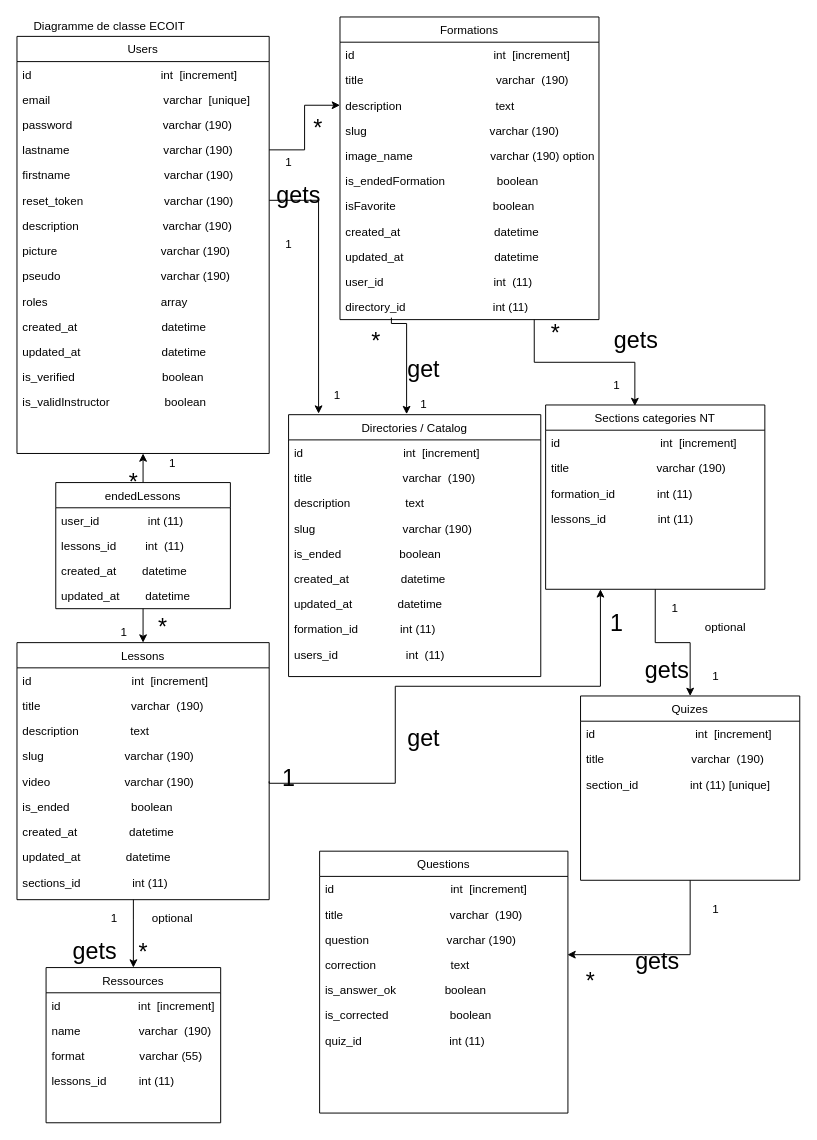
Before: ECO IT/diag_de_classe_ecoit.drawio in cyrisa02/diagrammes-UML, a draw.io diagram. Source tidied: cells renumbered, new cells numbered last; positions are measured from the earlier drawing's top-left corner, leaving out a move shared by most shapes. Both pictures are drawn from the tidied source at 97%, with x=0, y=0 at pixel (16, 16).
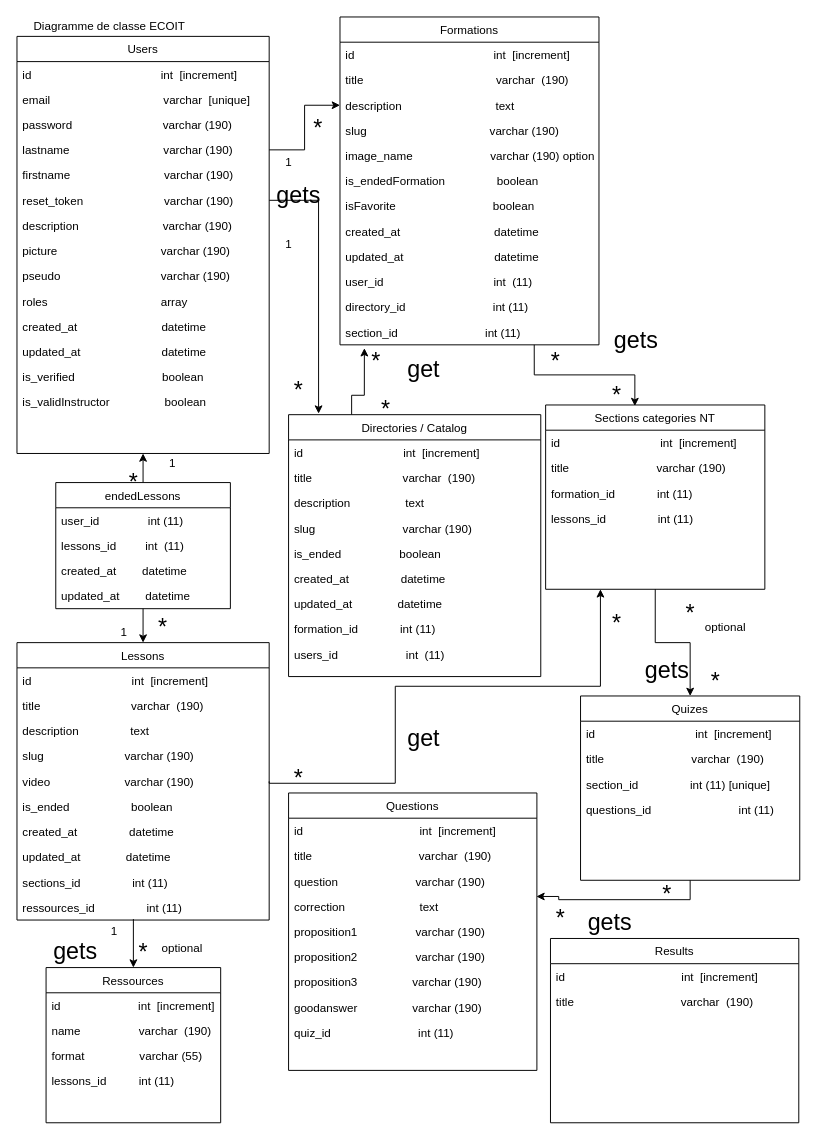
The same diagram, later.

The change refers to these unchanged cells:
```xml
<mxCell id="58" value="Ressources" style="swimlane;fontStyle=0;align=center;verticalAlign=top;horizontal=1;startSize=26;rounded=0;shadow=0;strokeWidth=1;" parent="1" vertex="1">
  <mxGeometry x="30" y="980" width="180" height="160" as="geometry" />
</mxCell>
<mxCell id="65" value="Quizes" style="swimlane;fontStyle=0;align=center;verticalAlign=top;horizontal=1;startSize=26;rounded=0;shadow=0;strokeWidth=1;" parent="1" vertex="1">
  <mxGeometry x="581" y="700" width="226" height="190" as="geometry" />
</mxCell>
<mxCell id="70" value="Directories / Catalog" style="swimlane;fontStyle=0;align=center;verticalAlign=top;horizontal=1;startSize=26;rounded=0;shadow=0;strokeWidth=1;" parent="1" vertex="1">
  <mxGeometry x="280" y="410" width="260" height="270" as="geometry" />
</mxCell>
```

Diff of the diagram source:
```diff
@@
-    <mxCell id="17" style="edgeStyle=orthogonalEdgeStyle;rounded=0;jettySize=auto;html=1;entryX=0.468;entryY=-0.002;entryDx=0;entryDy=0;entryPerimeter=0;" parent="1" edge="1" target="70">
-      <mxGeometry relative="1" as="geometry">
-        <mxPoint x="386" y="310" as="sourcePoint" />
-        <Array as="points">
-          <mxPoint x="386" y="316" />
-        </Array>
-      </mxGeometry>
-    </mxCell>
@@
     <mxCell id="19" value="Formations" style="swimlane;fontStyle=0;align=center;verticalAlign=top;horizontal=1;startSize=26;rounded=0;shadow=0;strokeWidth=1;" parent="1" vertex="1">
-      <mxGeometry x="333" width="267" height="312" as="geometry" />
+      <mxGeometry x="333" width="267" height="338" as="geometry" />
     </mxCell>
@@
+    <mxCell id="116" value="section_id                           int (11)" style="text;align=left;verticalAlign=top;spacingLeft=4;spacingRight=4;overflow=hidden;" parent="19" vertex="1">
+      <mxGeometry y="312" width="267" height="26" as="geometry" />
+    </mxCell>
@@
     <mxCell id="37" style="edgeStyle=orthogonalEdgeStyle;rounded=0;jettySize=auto;html=1;entryX=0.5;entryY=0;entryDx=0;entryDy=0;" parent="1" edge="1" target="58">
       <mxGeometry relative="1" as="geometry">
-        <mxPoint x="120" y="910" as="sourcePoint" />
+        <mxPoint x="120" y="930" as="sourcePoint" />
         <Array as="points">
           <mxPoint x="120" y="930" />
         </Array>
       </mxGeometry>
     </mxCell>
     <mxCell id="38" value="Lessons" style="swimlane;fontStyle=0;align=center;verticalAlign=top;horizontal=1;startSize=26;rounded=0;shadow=0;strokeWidth=1;" parent="1" vertex="1">
-      <mxGeometry y="645" width="260" height="265" as="geometry" />
+      <mxGeometry y="645" width="260" height="286" as="geometry" />
     </mxCell>
@@
+    <mxCell id="117" value="ressources_id                int (11)" style="text;align=left;verticalAlign=top;spacingLeft=4;spacingRight=4;overflow=hidden;" parent="38" vertex="1">
+      <mxGeometry y="260" width="260" height="26" as="geometry" />
+    </mxCell>
     <mxCell id="48" value="Questions" style="swimlane;fontStyle=0;align=center;verticalAlign=top;horizontal=1;startSize=26;rounded=0;shadow=0;strokeWidth=1;" parent="1" vertex="1">
-      <mxGeometry x="312" y="860" width="256" height="270" as="geometry" />
+      <mxGeometry x="280" y="800" width="256" height="286" as="geometry" />
     </mxCell>
@@
-    <mxCell id="53" value="is_answer_ok               boolean" style="text;align=left;verticalAlign=top;spacingLeft=4;spacingRight=4;overflow=hidden;" parent="48" vertex="1">
-      <mxGeometry y="130" width="256" height="26" as="geometry" />
-    </mxCell>
-    <mxCell id="54" value="is_corrected                   boolean" style="text;align=left;verticalAlign=top;spacingLeft=4;spacingRight=4;overflow=hidden;" parent="48" vertex="1">
-      <mxGeometry y="156" width="256" height="26" as="geometry" />
-    </mxCell>
+    <mxCell id="118" value="proposition1                  varchar (190)" style="text;align=left;verticalAlign=top;spacingLeft=4;spacingRight=4;overflow=hidden;" parent="48" vertex="1">
+      <mxGeometry y="130" width="256" height="26" as="geometry" />
+    </mxCell>
+    <mxCell id="119" value="proposition2                  varchar (190)" style="text;align=left;verticalAlign=top;spacingLeft=4;spacingRight=4;overflow=hidden;" parent="48" vertex="1">
+      <mxGeometry y="156" width="256" height="26" as="geometry" />
+    </mxCell>
+    <mxCell id="120" value="proposition3                 varchar (190)" style="text;align=left;verticalAlign=top;spacingLeft=4;spacingRight=4;overflow=hidden;" parent="48" vertex="1">
+      <mxGeometry y="182" width="256" height="26" as="geometry" />
+    </mxCell>
+    <mxCell id="121" value="goodanswer                 varchar (190)" style="text;align=left;verticalAlign=top;spacingLeft=4;spacingRight=4;overflow=hidden;" parent="48" vertex="1">
+      <mxGeometry y="208" width="256" height="26" as="geometry" />
+    </mxCell>
     <mxCell id="55" value="quiz_id                           int (11)" style="text;align=left;verticalAlign=top;spacingLeft=4;spacingRight=4;overflow=hidden;" parent="48" vertex="1">
-      <mxGeometry y="182" width="256" height="26" as="geometry" />
+      <mxGeometry y="234" width="256" height="26" as="geometry" />
     </mxCell>
@@
     <mxCell id="63" value="optional" style="text;html=1;align=center;verticalAlign=middle;fillColor=none;strokeColor=none;rounded=0;" parent="1" vertex="1">
-      <mxGeometry x="130" y="920" width="60" height="20" as="geometry" />
+      <mxGeometry x="140" y="950" width="60" height="20" as="geometry" />
     </mxCell>
@@
+    <mxCell id="122" value="questions_id                           int (11)" style="text;align=left;verticalAlign=top;spacingLeft=4;spacingRight=4;overflow=hidden;" parent="65" vertex="1">
+      <mxGeometry y="104" width="226" height="26" as="geometry" />
+    </mxCell>
@@
+    <mxCell id="123" style="edgeStyle=orthogonalEdgeStyle;rounded=0;jettySize=auto;html=1;exitX=0.25;exitY=0;exitDx=0;exitDy=0;entryX=-0.093;entryY=0.049;entryDx=0;entryDy=0;entryPerimeter=0;" parent="1" edge="1" source="70" target="83">
+      <mxGeometry relative="1" as="geometry" />
+    </mxCell>
@@
-    <mxCell id="80" value="1" style="text;html=1;align=center;verticalAlign=middle;fillColor=none;strokeColor=none;rounded=0;" parent="1" vertex="1">
-      <mxGeometry x="608" y="370" width="20" height="20" as="geometry" />
-    </mxCell>
@@
     <mxCell id="83" value="*" style="text;html=1;align=center;verticalAlign=middle;points=[];fillColor=none;strokeColor=none;rounded=0;fontSize=24;" parent="1" vertex="1">
-      <mxGeometry x="360" y="320" width="20" height="30" as="geometry" />
+      <mxGeometry x="360" y="340" width="20" height="30" as="geometry" />
     </mxCell>
-    <mxCell id="84" value="1" style="text;html=1;align=center;verticalAlign=middle;fillColor=none;strokeColor=none;rounded=0;" parent="1" vertex="1">
-      <mxGeometry x="409" y="390" width="20" height="20" as="geometry" />
-    </mxCell>
     <mxCell id="85" value="*" style="text;html=1;align=center;verticalAlign=middle;fillColor=none;strokeColor=none;rounded=0;fontSize=24;" parent="1" vertex="1">
-      <mxGeometry x="545" y="312" width="20" height="30" as="geometry" />
+      <mxGeometry x="545" y="340" width="20" height="30" as="geometry" />
     </mxCell>
-    <mxCell id="86" value="1" style="text;html=1;align=center;verticalAlign=middle;fillColor=none;strokeColor=none;rounded=0;" parent="1" vertex="1">
-      <mxGeometry x="668" y="600" width="20" height="20" as="geometry" />
-    </mxCell>
-    <mxCell id="87" value="1" style="text;html=1;align=center;verticalAlign=middle;fillColor=none;strokeColor=none;rounded=0;" parent="1" vertex="1">
-      <mxGeometry x="710" y="670" width="20" height="20" as="geometry" />
-    </mxCell>
-    <mxCell id="88" value="1" style="text;html=1;align=center;verticalAlign=middle;fillColor=none;strokeColor=none;rounded=0;fontSize=24;" parent="1" vertex="1">
-      <mxGeometry x="265" y="770" width="30" height="30" as="geometry" />
-    </mxCell>
-    <mxCell id="89" value="1" style="text;html=1;align=center;verticalAlign=middle;fillColor=none;strokeColor=none;rounded=0;" parent="1" vertex="1">
-      <mxGeometry x="710" y="910" width="20" height="20" as="geometry" />
-    </mxCell>
     <mxCell id="90" value="*" style="text;html=1;align=center;verticalAlign=middle;fillColor=none;strokeColor=none;rounded=0;fontSize=24;" parent="1" vertex="1">
-      <mxGeometry x="581" y="980" width="20" height="30" as="geometry" />
+      <mxGeometry x="550" y="915" width="20" height="30" as="geometry" />
     </mxCell>
     <mxCell id="91" value="1" style="text;html=1;align=center;verticalAlign=middle;fillColor=none;strokeColor=none;rounded=0;" parent="1" vertex="1">
-      <mxGeometry x="90" y="920" width="20" height="20" as="geometry" />
+      <mxGeometry x="90" y="933" width="20" height="20" as="geometry" />
     </mxCell>
@@
     <mxCell id="98" value="&lt;font style=&quot;font-size: 24px;&quot;&gt;get&lt;/font&gt;&lt;font style=&quot;font-size: 24px;&quot;&gt;s&lt;/font&gt;" style="text;html=1;align=center;verticalAlign=middle;fillColor=none;strokeColor=none;rounded=0;fontSize=48;" parent="1" vertex="1">
-      <mxGeometry x="50" y="920" width="60" height="70" as="geometry" />
+      <mxGeometry x="30" y="920" width="60" height="70" as="geometry" />
     </mxCell>
     <mxCell id="99" value="&lt;font style=&quot;font-size: 24px;&quot;&gt;get&lt;/font&gt;&lt;font style=&quot;font-size: 24px;&quot;&gt;s&lt;/font&gt;" style="text;html=1;align=center;verticalAlign=middle;fillColor=none;strokeColor=none;rounded=0;fontSize=48;" parent="1" vertex="1">
-      <mxGeometry x="630" y="930" width="60" height="70" as="geometry" />
+      <mxGeometry x="581" y="890" width="60" height="70" as="geometry" />
     </mxCell>
@@
-    <mxCell id="103" value="1" style="text;html=1;align=center;verticalAlign=middle;fillColor=none;strokeColor=none;rounded=0;" parent="1" vertex="1">
-      <mxGeometry x="320" y="380" width="20" height="20" as="geometry" />
+    <mxCell id="103" value="&lt;font style=&quot;font-size: 24px;&quot;&gt;*&lt;/font&gt;" style="text;html=1;align=center;verticalAlign=middle;fillColor=none;strokeColor=none;rounded=0;" parent="1" vertex="1">
+      <mxGeometry x="280" y="375" width="20" height="20" as="geometry" />
     </mxCell>
-    <mxCell id="104" value="1" style="text;html=1;align=center;verticalAlign=middle;fillColor=none;strokeColor=none;rounded=0;fontSize=24;" parent="1" vertex="1">
-      <mxGeometry x="603" y="610" width="30" height="30" as="geometry" />
+    <mxCell id="104" value="*" style="text;html=1;align=center;verticalAlign=middle;fillColor=none;strokeColor=none;rounded=0;fontSize=24;" parent="1" vertex="1">
+      <mxGeometry x="608" y="610" width="20" height="30" as="geometry" />
     </mxCell>
@@
+    <mxCell id="124" value="*" style="text;html=1;align=center;verticalAlign=middle;fillColor=none;strokeColor=none;rounded=0;fontSize=24;" parent="1" vertex="1">
+      <mxGeometry x="660" y="890" width="20" height="30" as="geometry" />
+    </mxCell>
+    <mxCell id="125" value="*" style="text;html=1;align=center;verticalAlign=middle;fillColor=none;strokeColor=none;rounded=0;fontSize=24;" parent="1" vertex="1">
+      <mxGeometry x="684" y="600" width="20" height="30" as="geometry" />
+    </mxCell>
+    <mxCell id="126" value="*" style="text;html=1;align=center;verticalAlign=middle;fillColor=none;strokeColor=none;rounded=0;fontSize=24;" parent="1" vertex="1">
+      <mxGeometry x="710" y="670" width="20" height="30" as="geometry" />
+    </mxCell>
+    <mxCell id="127" value="*" style="text;html=1;align=center;verticalAlign=middle;fillColor=none;strokeColor=none;rounded=0;fontSize=24;" parent="1" vertex="1">
+      <mxGeometry x="280" y="770" width="20" height="30" as="geometry" />
+    </mxCell>
+    <mxCell id="128" value="*" style="text;html=1;align=center;verticalAlign=middle;fillColor=none;strokeColor=none;rounded=0;fontSize=24;" parent="1" vertex="1">
+      <mxGeometry x="608" y="375" width="20" height="30" as="geometry" />
+    </mxCell>
+    <mxCell id="129" value="*" style="text;html=1;align=center;verticalAlign=middle;fillColor=none;strokeColor=none;rounded=0;fontSize=24;" parent="1" vertex="1">
+      <mxGeometry x="370" y="390" width="20" height="30" as="geometry" />
+    </mxCell>
+    <mxCell id="130" value="Results" style="swimlane;fontStyle=0;align=center;verticalAlign=top;horizontal=1;startSize=26;rounded=0;shadow=0;strokeWidth=1;" parent="1" vertex="1">
+      <mxGeometry x="550" y="950" width="256" height="190" as="geometry" />
+    </mxCell>
+    <mxCell id="131" value="id                                    int  [increment]" style="text;align=left;verticalAlign=top;spacingLeft=4;spacingRight=4;overflow=hidden;" parent="130" vertex="1">
+      <mxGeometry y="26" width="256" height="26" as="geometry" />
+    </mxCell>
+    <mxCell id="132" value="title                                 varchar  (190)" style="text;align=left;verticalAlign=top;spacingLeft=4;spacingRight=4;overflow=hidden;" parent="130" vertex="1">
+      <mxGeometry y="52" width="256" height="26" as="geometry" />
+    </mxCell>
```
